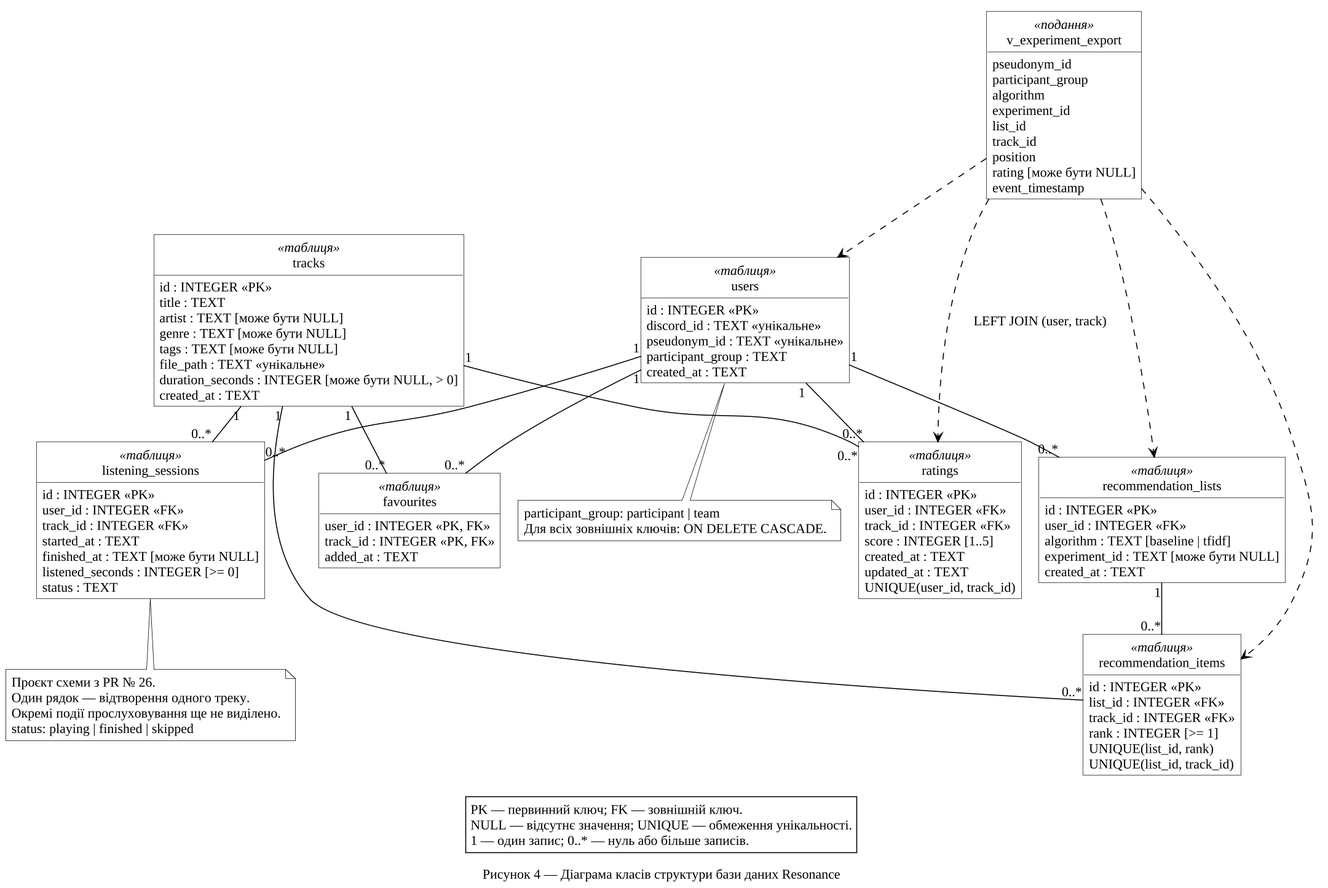
This is docs/database-model.png from G10BAL/team-project, a PlantUML export, as it was before one commit.
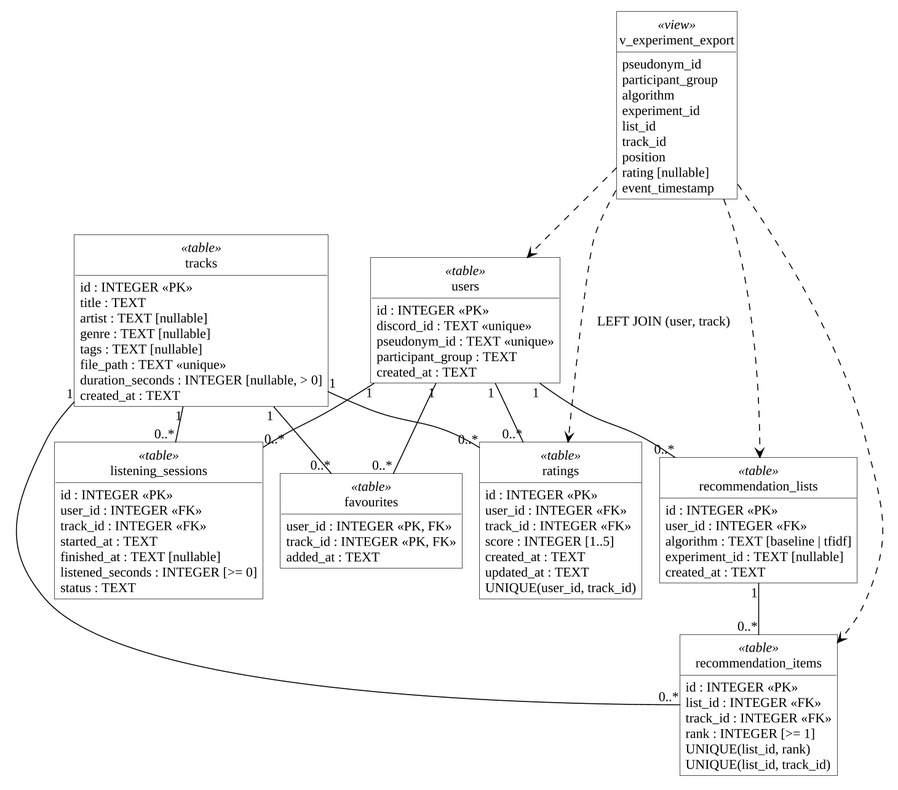
Later version of the same file.

Diff of the diagram source:
```diff
@@ -4,33 +4,33 @@
 skinparam classAttributeIconSize 0
 hide circle
 hide methods
-class users <<таблиця>> {
+class users <<table>> {
   id : INTEGER <<PK>>
-  discord_id : TEXT <<унікальне>>
-  pseudonym_id : TEXT <<унікальне>>
+  discord_id : TEXT <<unique>>
+  pseudonym_id : TEXT <<unique>>
   participant_group : TEXT
   created_at : TEXT
 }
-class tracks <<таблиця>> {
+class tracks <<table>> {
   id : INTEGER <<PK>>
   title : TEXT
-  artist : TEXT [може бути NULL]
-  genre : TEXT [може бути NULL]
-  tags : TEXT [може бути NULL]
-  file_path : TEXT <<унікальне>>
-  duration_seconds : INTEGER [може бути NULL, > 0]
+  artist : TEXT [nullable]
+  genre : TEXT [nullable]
+  tags : TEXT [nullable]
+  file_path : TEXT <<unique>>
+  duration_seconds : INTEGER [nullable, > 0]
   created_at : TEXT
 }
-class listening_sessions <<таблиця>> {
+class listening_sessions <<table>> {
   id : INTEGER <<PK>>
   user_id : INTEGER <<FK>>
   track_id : INTEGER <<FK>>
   started_at : TEXT
-  finished_at : TEXT [може бути NULL]
+  finished_at : TEXT [nullable]
   listened_seconds : INTEGER [>= 0]
   status : TEXT
 }
-class ratings <<таблиця>> {
+class ratings <<table>> {
   id : INTEGER <<PK>>
   user_id : INTEGER <<FK>>
   track_id : INTEGER <<FK>>
@@ -39,19 +39,19 @@
   updated_at : TEXT
   {field} UNIQUE(user_id, track_id)
 }
-class favourites <<таблиця>> {
+class favourites <<table>> {
   user_id : INTEGER <<PK, FK>>
   track_id : INTEGER <<PK, FK>>
   added_at : TEXT
 }
-class recommendation_lists <<таблиця>> {
+class recommendation_lists <<table>> {
   id : INTEGER <<PK>>
   user_id : INTEGER <<FK>>
   algorithm : TEXT [baseline | tfidf]
-  experiment_id : TEXT [може бути NULL]
+  experiment_id : TEXT [nullable]
   created_at : TEXT
 }
-class recommendation_items <<таблиця>> {
+class recommendation_items <<table>> {
   id : INTEGER <<PK>>
   list_id : INTEGER <<FK>>
   track_id : INTEGER <<FK>>
@@ -59,7 +59,7 @@
   {field} UNIQUE(list_id, rank)
   {field} UNIQUE(list_id, track_id)
 }
-class v_experiment_export <<подання>> {
+class v_experiment_export <<view>> {
   pseudonym_id
   participant_group
   algorithm
@@ -67,7 +67,7 @@
   list_id
   track_id
   position
-  rating [може бути NULL]
+  rating [nullable]
   event_timestamp
 }
 users "1" -- "0..*" listening_sessions
@@ -83,20 +83,4 @@
 v_experiment_export ..> recommendation_lists
 v_experiment_export ..> users
 v_experiment_export ..> ratings : LEFT JOIN (user, track)
-note bottom of listening_sessions
-Проєкт схеми з PR № 26.
-Один рядок — відтворення одного треку.
-Окремі події прослуховування ще не виділено.
-status: playing | finished | skipped
-end note
-note bottom of users
-participant_group: participant | team
-Для всіх зовнішніх ключів: ON DELETE CASCADE.
-end note
-legend bottom
-PK — первинний ключ; FK — зовнішній ключ.
-NULL — відсутнє значення; UNIQUE — обмеження унікальності.
-1 — один запис; 0..* — нуль або більше записів.
-endlegend
-caption Рисунок 4 — Діаграма класів структури бази даних Resonance
 @enduml
```
